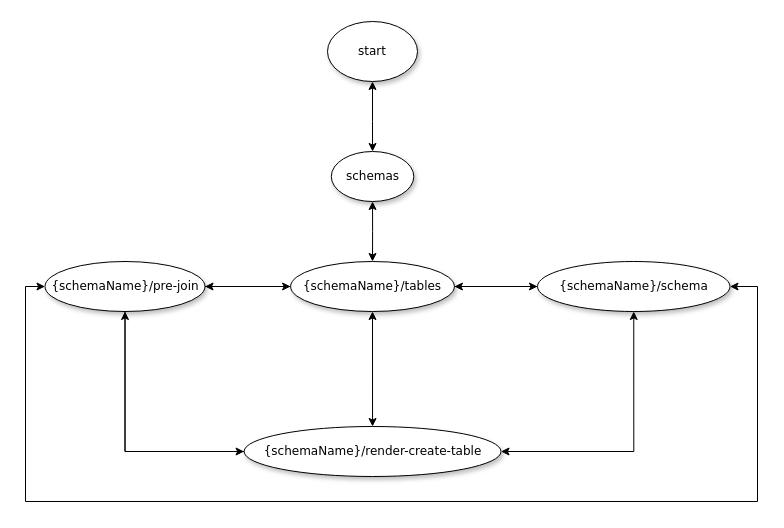
Earlier version of the draw.io diagram Диаграмма без названия.drawio (VillKoi/DataSupervision). Source tidied: cells renumbered, new cells numbered last; positions are measured from the earlier drawing's top-left corner, leaving out a move shared by most shapes. Both pictures are drawn from the tidied source at 100%, with x=0, y=0 at pixel (25, 21).
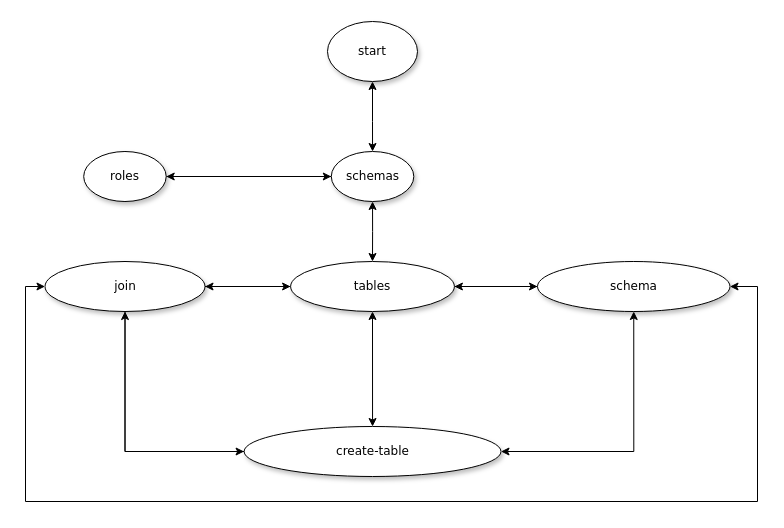
The same page after the edit.

Unchanged cells that the change refers to:
```xml
<mxCell id="5" value="&lt;span&gt;schemas&lt;/span&gt;" style="ellipse;whiteSpace=wrap;html=1;rounded=0;shadow=1;comic=0;labelBackgroundColor=none;strokeWidth=1;fontFamily=Verdana;fontSize=12;align=center;" parent="1" vertex="1">
  <mxGeometry x="305.8" y="130" width="82.5" height="50" as="geometry" />
</mxCell>
```

What changed in the source:
```diff
@@
+    <mxCell id="19" style="edgeStyle=orthogonalEdgeStyle;rounded=0;jettySize=auto;html=1;" parent="1" edge="1" source="5" target="21">
+      <mxGeometry relative="1" as="geometry" />
+    </mxCell>
@@
-    <mxCell id="9" value="&lt;span&gt;{schemaName}/tables&lt;/span&gt;" style="ellipse;whiteSpace=wrap;html=1;rounded=0;shadow=1;comic=0;labelBackgroundColor=none;strokeWidth=1;fontFamily=Verdana;fontSize=12;align=center;" parent="1" vertex="1">
+    <mxCell id="9" value="&lt;span&gt;tables&lt;/span&gt;" style="ellipse;whiteSpace=wrap;html=1;rounded=0;shadow=1;comic=0;labelBackgroundColor=none;strokeWidth=1;fontFamily=Verdana;fontSize=12;align=center;" parent="1" vertex="1">
       <mxGeometry x="265.1" y="240" width="163.8" height="50" as="geometry" />
     </mxCell>
@@
-    <mxCell id="12" value="&lt;span style=&quot;font-size: 12.000001px;&quot;&gt;{schemaName}/&lt;/span&gt;pre-join" style="ellipse;whiteSpace=wrap;html=1;rounded=0;shadow=1;comic=0;labelBackgroundColor=none;strokeWidth=1;fontFamily=Verdana;fontSize=12;align=center;" parent="1" vertex="1">
+    <mxCell id="12" value="join" style="ellipse;whiteSpace=wrap;html=1;rounded=0;shadow=1;comic=0;labelBackgroundColor=none;strokeWidth=1;fontFamily=Verdana;fontSize=12;align=center;" parent="1" vertex="1">
       <mxGeometry x="19.5" y="240" width="160" height="50" as="geometry" />
     </mxCell>
@@
-    <mxCell id="14" value="&lt;span&gt;{schemaName}/&lt;/span&gt;render-create-table" style="ellipse;whiteSpace=wrap;html=1;rounded=0;shadow=1;comic=0;labelBackgroundColor=none;strokeWidth=1;fontFamily=Verdana;fontSize=12;align=center;" parent="1" vertex="1">
+    <mxCell id="14" value="create-table" style="ellipse;whiteSpace=wrap;html=1;rounded=0;shadow=1;comic=0;labelBackgroundColor=none;strokeWidth=1;fontFamily=Verdana;fontSize=12;align=center;" parent="1" vertex="1">
       <mxGeometry x="218.6" y="405" width="256.9" height="50" as="geometry" />
     </mxCell>
@@
-    <mxCell id="17" value="&lt;span&gt;{schemaName}/&lt;/span&gt;schema" style="ellipse;whiteSpace=wrap;html=1;rounded=0;shadow=1;comic=0;labelBackgroundColor=none;strokeWidth=1;fontFamily=Verdana;fontSize=12;align=center;" parent="1" vertex="1">
+    <mxCell id="17" value="schema" style="ellipse;whiteSpace=wrap;html=1;rounded=0;shadow=1;comic=0;labelBackgroundColor=none;strokeWidth=1;fontFamily=Verdana;fontSize=12;align=center;" parent="1" vertex="1">
       <mxGeometry x="512" y="240" width="192.5" height="50" as="geometry" />
     </mxCell>
@@
+    <mxCell id="20" style="edgeStyle=orthogonalEdgeStyle;rounded=0;jettySize=auto;html=1;exitX=1;exitY=0.5;exitDx=0;exitDy=0;entryX=0;entryY=0.5;entryDx=0;entryDy=0;" parent="1" edge="1" source="21" target="5">
+      <mxGeometry relative="1" as="geometry" />
+    </mxCell>
+    <mxCell id="21" value="&lt;span&gt;roles&lt;/span&gt;" style="ellipse;whiteSpace=wrap;html=1;rounded=0;shadow=1;comic=0;labelBackgroundColor=none;strokeWidth=1;fontFamily=Verdana;fontSize=12;align=center;" parent="1" vertex="1">
+      <mxGeometry x="58.2" y="130" width="82.5" height="50" as="geometry" />
+    </mxCell>
```
